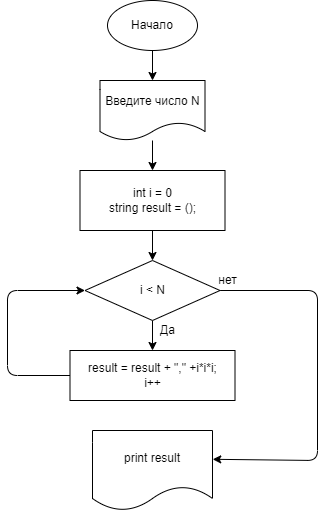
Above: Homework_002/diagram.drawio.png in GnezdilovaVO/Seminar_3.3_Homework (draw.io), before the change. Source tidied: cells renumbered, new cells last; positions are measured from the earlier drawing's top-left corner, leaving out a move shared by most shapes.
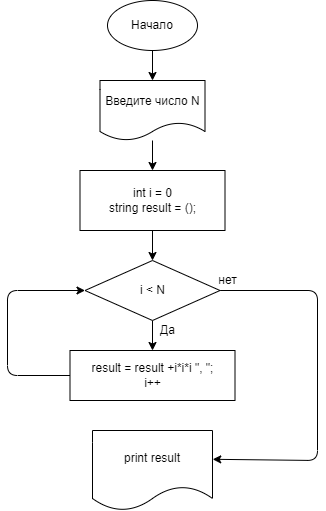
Later version of the same file.

Commit message:
Решила задачу 3 с методами

Change to the diagram source:
```diff
@@ -42,7 +42,7 @@
         </Array>
       </mxGeometry>
     </mxCell>
-    <mxCell id="12" value="result = result + &quot;,&quot; +i*i*i;&lt;br&gt;i++" style="rounded=0;whiteSpace=wrap;html=1;" parent="1" vertex="1">
+    <mxCell id="12" value="result = result +i*i*i &quot;, &quot;;&lt;br&gt;i++" style="rounded=0;whiteSpace=wrap;html=1;" parent="1" vertex="1">
       <mxGeometry x="62.5" y="350" width="165" height="50" as="geometry" />
     </mxCell>
     <mxCell id="13" value="Да" style="text;html=1;align=center;verticalAlign=middle;strokeColor=none;fillColor=none;" parent="1" vertex="1">
```
